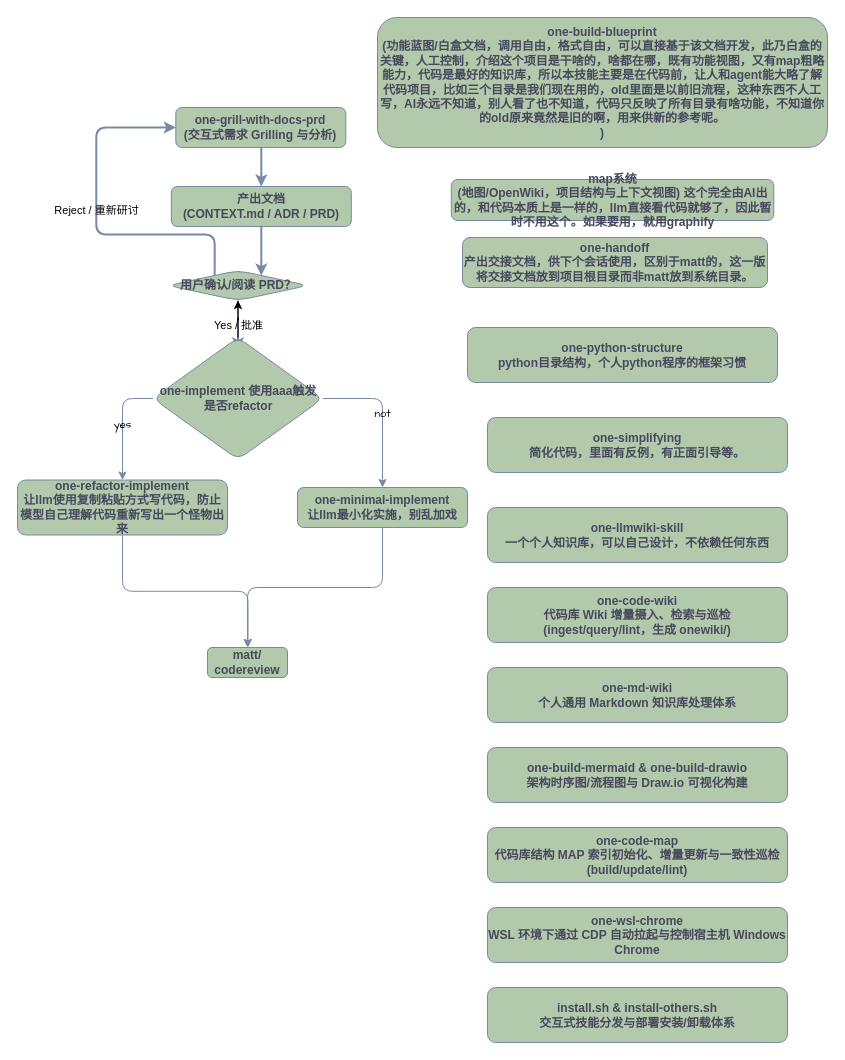
This is skills.drawio from wupengbo125/one-skills, a draw.io file, before an edit. Source tidied: cells renumbered, new cells numbered last; positions are measured from the earlier drawing's top-left corner, leaving out a move shared by most shapes. Both pictures are drawn from the tidied source at 100%, with x=0, y=0 at pixel (17, 17).
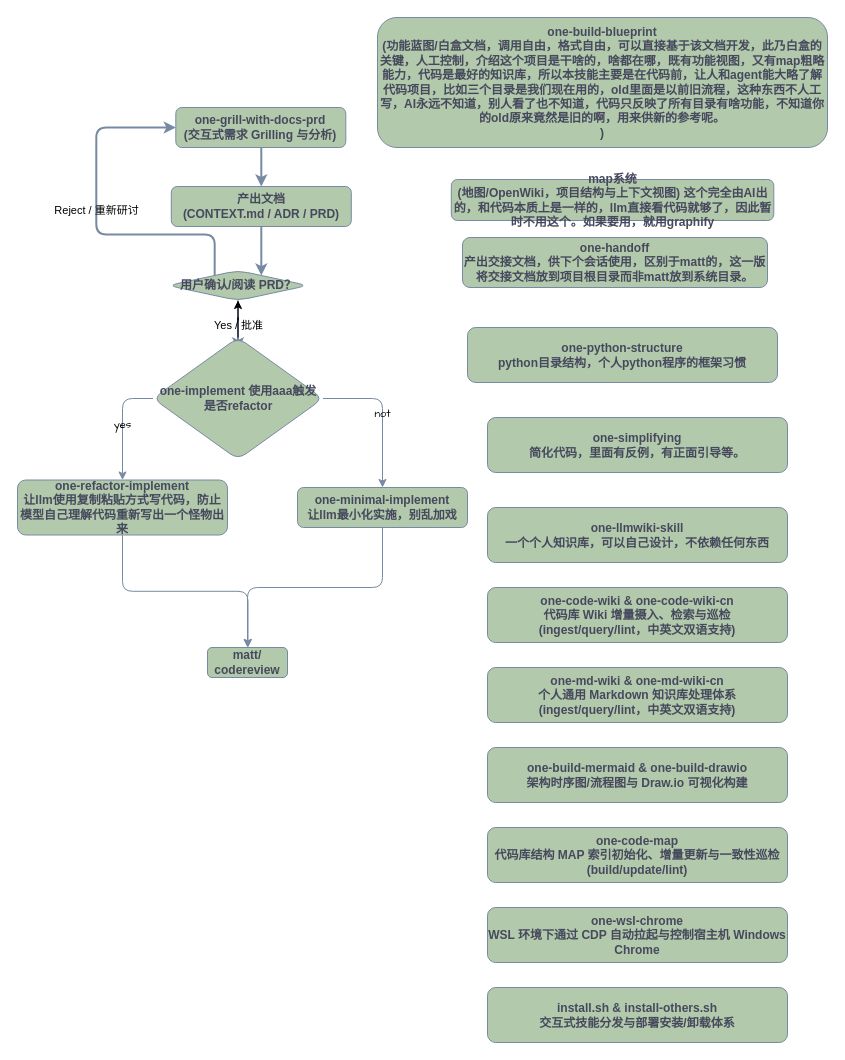
The same diagram, later.

Change to the diagram source:
```diff
@@
-    <mxCell id="25" value="one-code-wiki&lt;br&gt;代码库 Wiki 增量摄入、检索与巡检 (ingest/query/lint，生成 onewiki/)" style="whiteSpace=wrap;html=1;fillColor=#B2C9AB;strokeColor=#788AA3;fontStyle=1;rounded=1;labelBackgroundColor=none;fontColor=#46495D;" parent="1" vertex="1">
+    <mxCell id="25" value="one-code-wiki &amp;amp; one-code-wiki-cn&lt;br&gt;代码库 Wiki 增量摄入、检索与巡检 (ingest/query/lint，中英文双语支持)" style="whiteSpace=wrap;html=1;fillColor=#B2C9AB;strokeColor=#788AA3;fontStyle=1;rounded=1;labelBackgroundColor=none;fontColor=#46495D;" parent="1" vertex="1">
       <mxGeometry x="470" y="570" width="300" height="55" as="geometry" />
     </mxCell>
-    <mxCell id="26" value="one-md-wiki&lt;br&gt;个人通用 Markdown 知识库处理体系" style="whiteSpace=wrap;html=1;fillColor=#B2C9AB;strokeColor=#788AA3;fontStyle=1;rounded=1;labelBackgroundColor=none;fontColor=#46495D;" parent="1" vertex="1">
+    <mxCell id="26" value="one-md-wiki &amp;amp; one-md-wiki-cn&lt;br&gt;个人通用 Markdown 知识库处理体系 (ingest/query/lint，中英文双语支持)" style="whiteSpace=wrap;html=1;fillColor=#B2C9AB;strokeColor=#788AA3;fontStyle=1;rounded=1;labelBackgroundColor=none;fontColor=#46495D;" parent="1" vertex="1">
       <mxGeometry x="470" y="650" width="300" height="55" as="geometry" />
     </mxCell>
```
